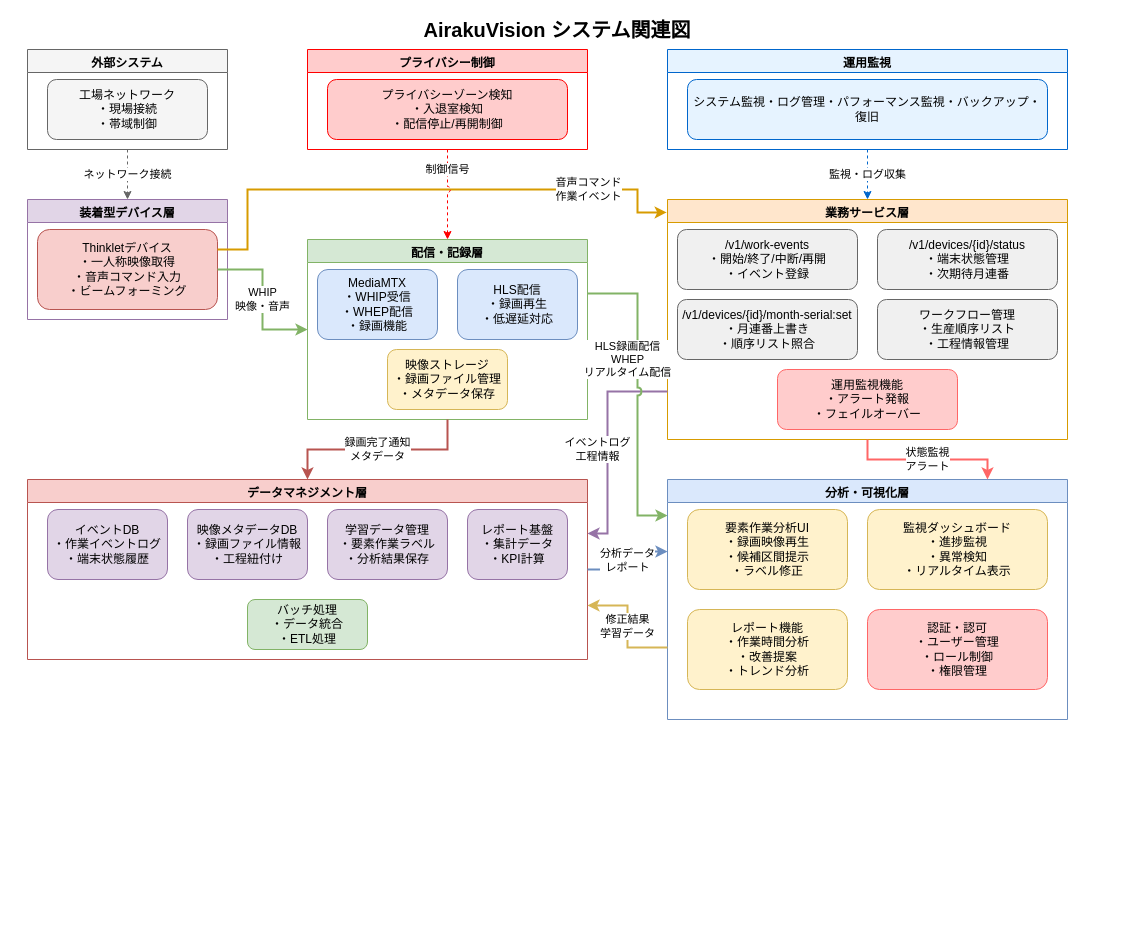
Before: docs/03000_設計書/03000_システム基本設計/システム基本設計システム関連図.drawio in daichiTAAA/AirakuVision, a draw.io diagram. Source tidied: cells renumbered, new cells numbered last; positions are measured from the earlier drawing's top-left corner, leaving out a move shared by most shapes. Both pictures are drawn from the tidied source at 100%, with x=0, y=0 at pixel (27, 19).
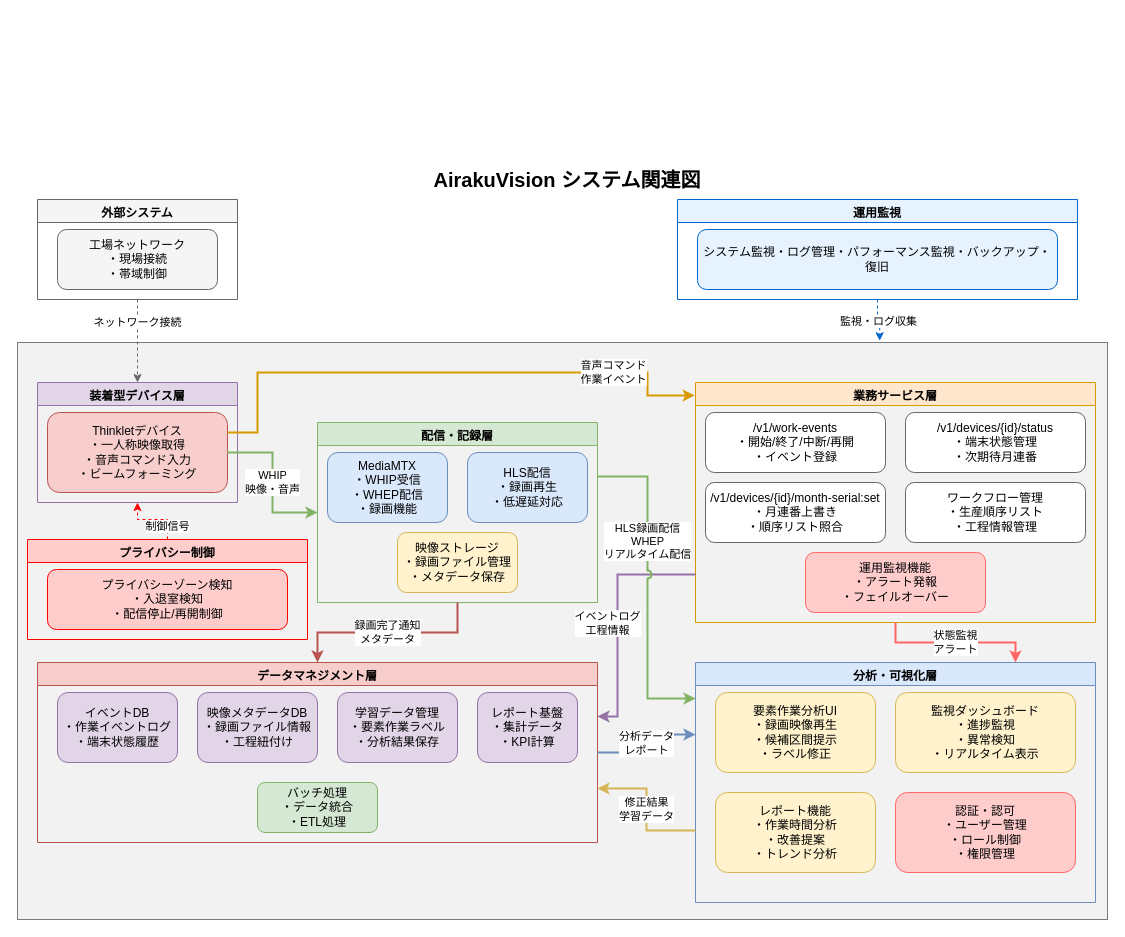
The same diagram, later.

Unchanged cells that the change refers to:
```xml
<mxCell id="3" value="Thinkletデバイス&#10;・一人称映像取得&#10;・音声コマンド入力&#10;・ビームフォーミング" style="rounded=1;whiteSpace=wrap;html=1;fillColor=#f8cecc;strokeColor=#b85450;" parent="2" vertex="1">
  <mxGeometry x="10" y="30" width="180" height="80" as="geometry" />
</mxCell>
```

What changed in the source:
```diff
@@
+    <mxCell id="43" style="whiteSpace=wrap;html=1;fillColor=#E6E6E6;fontColor=#333333;strokeColor=#000000;opacity=50;" parent="1" vertex="1">
+      <mxGeometry x="-10" y="323" width="1090" height="577" as="geometry" />
+    </mxCell>
     <mxCell id="2" value="装着型デバイス層" style="swimlane;fontStyle=1;align=center;verticalAlign=top;whiteSpace=wrap;html=1;fillColor=#e1d5e7;strokeColor=#9673a6;" parent="1" vertex="1">
-      <mxGeometry y="180" width="200" height="120" as="geometry" />
+      <mxGeometry x="10" y="363" width="200" height="120" as="geometry" />
     </mxCell>
@@
     <mxCell id="4" value="配信・記録層" style="swimlane;fontStyle=1;align=center;verticalAlign=top;whiteSpace=wrap;html=1;fillColor=#d5e8d4;strokeColor=#82b366;" parent="1" vertex="1">
-      <mxGeometry x="280" y="220" width="280" height="180" as="geometry" />
+      <mxGeometry x="290" y="403" width="280" height="180" as="geometry" />
     </mxCell>
@@
     <mxCell id="8" value="業務サービス層" style="swimlane;fontStyle=1;align=center;verticalAlign=top;whiteSpace=wrap;html=1;fillColor=#ffe6cc;strokeColor=#d79b00;" parent="1" vertex="1">
-      <mxGeometry x="640" y="180" width="400" height="240" as="geometry" />
+      <mxGeometry x="668" y="363" width="400" height="240" as="geometry" />
     </mxCell>
-    <mxCell id="9" value="/v1/work-events&#10;・開始/終了/中断/再開&#10;・イベント登録" style="rounded=1;whiteSpace=wrap;html=1;fillColor=#f0f0f0;strokeColor=#666666;" parent="8" vertex="1">
+    <mxCell id="9" value="/v1/work-events&#10;・開始/終了/中断/再開&#10;・イベント登録" style="rounded=1;whiteSpace=wrap;html=1;fillColor=#FFFFFF;strokeColor=#666666;" parent="8" vertex="1">
       <mxGeometry x="10" y="30" width="180" height="60" as="geometry" />
     </mxCell>
-    <mxCell id="10" value="/v1/devices/{id}/status&#10;・端末状態管理&#10;・次期待月連番" style="rounded=1;whiteSpace=wrap;html=1;fillColor=#f0f0f0;strokeColor=#666666;" parent="8" vertex="1">
+    <mxCell id="10" value="/v1/devices/{id}/status&#10;・端末状態管理&#10;・次期待月連番" style="rounded=1;whiteSpace=wrap;html=1;fillColor=#FFFFFF;strokeColor=#666666;" parent="8" vertex="1">
       <mxGeometry x="210" y="30" width="180" height="60" as="geometry" />
     </mxCell>
-    <mxCell id="11" value="/v1/devices/{id}/month-serial:set&#10;・月連番上書き&#10;・順序リスト照合" style="rounded=1;whiteSpace=wrap;html=1;fillColor=#f0f0f0;strokeColor=#666666;" parent="8" vertex="1">
+    <mxCell id="11" value="/v1/devices/{id}/month-serial:set&#10;・月連番上書き&#10;・順序リスト照合" style="rounded=1;whiteSpace=wrap;html=1;fillColor=#FFFFFF;strokeColor=#666666;" parent="8" vertex="1">
       <mxGeometry x="10" y="100" width="180" height="60" as="geometry" />
     </mxCell>
-    <mxCell id="12" value="ワークフロー管理&#10;・生産順序リスト&#10;・工程情報管理" style="rounded=1;whiteSpace=wrap;html=1;fillColor=#f0f0f0;strokeColor=#666666;" parent="8" vertex="1">
+    <mxCell id="12" value="ワークフロー管理&#10;・生産順序リスト&#10;・工程情報管理" style="rounded=1;whiteSpace=wrap;html=1;fillColor=#FFFFFF;strokeColor=#666666;" parent="8" vertex="1">
       <mxGeometry x="210" y="100" width="180" height="60" as="geometry" />
     </mxCell>
@@
     <mxCell id="14" value="データマネジメント層" style="swimlane;fontStyle=1;align=center;verticalAlign=top;whiteSpace=wrap;html=1;fillColor=#f8cecc;strokeColor=#b85450;" parent="1" vertex="1">
-      <mxGeometry y="460" width="560" height="180" as="geometry" />
+      <mxGeometry x="10" y="643" width="560" height="180" as="geometry" />
     </mxCell>
@@
     <mxCell id="20" value="分析・可視化層" style="swimlane;fontStyle=1;align=center;verticalAlign=top;whiteSpace=wrap;html=1;fillColor=#dae8fc;strokeColor=#6c8ebf;" parent="1" vertex="1">
-      <mxGeometry x="640" y="460" width="400" height="240" as="geometry" />
+      <mxGeometry x="668" y="643" width="400" height="240" as="geometry" />
     </mxCell>
@@
     <mxCell id="25" value="外部システム" style="swimlane;fontStyle=1;align=center;verticalAlign=top;whiteSpace=wrap;html=1;fillColor=#f5f5f5;strokeColor=#666666;" parent="1" vertex="1">
-      <mxGeometry y="30" width="200" height="100" as="geometry" />
+      <mxGeometry x="10" y="180" width="200" height="100" as="geometry" />
     </mxCell>
@@
     <mxCell id="27" value="プライバシー制御" style="swimlane;fontStyle=1;align=center;verticalAlign=top;whiteSpace=wrap;html=1;fillColor=#ffcccc;strokeColor=#ff0000;" parent="1" vertex="1">
-      <mxGeometry x="280" y="30" width="280" height="100" as="geometry" />
+      <mxGeometry y="520" width="280" height="100" as="geometry" />
     </mxCell>
@@
     <mxCell id="29" value="運用監視" style="swimlane;fontStyle=1;align=center;verticalAlign=top;whiteSpace=wrap;html=1;fillColor=#e6f3ff;strokeColor=#0066cc;" parent="1" vertex="1">
-      <mxGeometry x="640" y="30" width="400" height="100" as="geometry" />
+      <mxGeometry x="650" y="180" width="400" height="100" as="geometry" />
     </mxCell>
@@
     <mxCell id="32" value="音声コマンド&#10;作業イベント" style="edgeStyle=orthogonalEdgeStyle;rounded=0;jettySize=auto;html=1;strokeWidth=2;strokeColor=#d79b00;jumpStyle=arc;exitX=1;exitY=0.25;exitDx=0;exitDy=0;entryX=-0.002;entryY=0.054;entryDx=0;entryDy=0;entryPerimeter=0;" parent="1" edge="1" source="3" target="8">
       <mxGeometry x="0.62" relative="1" as="geometry">
         <Array as="points">
-          <mxPoint x="220" y="230" />
-          <mxPoint x="220" y="170" />
-          <mxPoint x="610" y="170" />
-          <mxPoint x="610" y="193" />
+          <mxPoint x="230" y="413" />
+          <mxPoint x="230" y="353" />
+          <mxPoint x="620" y="353" />
+          <mxPoint x="620" y="376" />
         </Array>
       </mxGeometry>
     </mxCell>
@@
     <mxCell id="34" value="イベントログ&#10;工程情報" style="edgeStyle=orthogonalEdgeStyle;rounded=0;jettySize=auto;html=1;strokeWidth=2;strokeColor=#9673a6;jumpStyle=arc;exitX=0;exitY=0.8;exitDx=0;exitDy=0;entryX=1;entryY=0.3;entryDx=0;entryDy=0;" parent="1" edge="1" source="8" target="14">
       <mxGeometry x="0.06" y="-10" relative="1" as="geometry">
         <Array as="points">
-          <mxPoint x="580" y="372" />
-          <mxPoint x="580" y="514" />
+          <mxPoint x="590" y="555" />
+          <mxPoint x="590" y="697" />
         </Array>
       </mxGeometry>
     </mxCell>
@@
     <mxCell id="37" value="HLS録画配信&lt;div&gt;WHEP&lt;br&gt;リアルタイム配信&lt;/div&gt;" style="edgeStyle=orthogonalEdgeStyle;rounded=0;jettySize=auto;html=1;strokeWidth=2;strokeColor=#82b366;jumpStyle=arc;exitX=1;exitY=0.3;exitDx=0;exitDy=0;entryX=0;entryY=0.15;entryDx=0;entryDy=0;" parent="1" edge="1" source="4" target="20">
-      <mxGeometry x="-0.23" y="-10" relative="1" as="geometry">
+      <mxGeometry x="-0.29" relative="1" as="geometry">
         <Array as="points">
-          <mxPoint x="610" y="274" />
-          <mxPoint x="610" y="496" />
+          <mxPoint x="620" y="457" />
+          <mxPoint x="620" y="679" />
         </Array>
+        <mxPoint y="1" as="offset" />
       </mxGeometry>
     </mxCell>
@@
-    <mxCell id="39" value="制御信号" style="edgeStyle=orthogonalEdgeStyle;rounded=0;jettySize=auto;html=1;strokeWidth=1;strokeColor=#ff0000;dashed=1;jumpStyle=arc;exitX=0.5;exitY=1;exitDx=0;exitDy=0;entryX=0.5;entryY=0;entryDx=0;entryDy=0;" parent="1" edge="1" source="27" target="4">
-      <mxGeometry x="-0.56" relative="1" as="geometry">
+    <mxCell id="39" value="制御信号" style="edgeStyle=orthogonalEdgeStyle;rounded=0;jettySize=auto;html=1;strokeWidth=1;strokeColor=#ff0000;dashed=1;jumpStyle=arc;exitX=0.5;exitY=0;exitDx=0;exitDy=0;entryX=0.5;entryY=1;entryDx=0;entryDy=0;" parent="1" edge="1" source="27" target="2">
+      <mxGeometry x="-0.6" relative="1" as="geometry">
         <Array as="points">
-          <mxPoint x="420" y="160" />
-          <mxPoint x="420" y="160" />
+          <mxPoint x="140" y="500" />
+          <mxPoint x="110" y="500" />
         </Array>
       </mxGeometry>
     </mxCell>
     <mxCell id="40" value="ネットワーク接続" style="edgeStyle=orthogonalEdgeStyle;rounded=0;jettySize=auto;html=1;strokeWidth=1;strokeColor=#666666;dashed=1;jumpStyle=arc;exitX=0.5;exitY=1;exitDx=0;exitDy=0;entryX=0.5;entryY=0;entryDx=0;entryDy=0;" parent="1" edge="1" source="25" target="2">
-      <mxGeometry relative="1" as="geometry" />
+      <mxGeometry x="-0.45" relative="1" as="geometry" />
     </mxCell>
-    <mxCell id="41" value="監視・ログ収集" style="edgeStyle=orthogonalEdgeStyle;rounded=0;jettySize=auto;html=1;strokeWidth=1;strokeColor=#0066cc;dashed=1;jumpStyle=arc;exitX=0.5;exitY=1;exitDx=0;exitDy=0;entryX=0.5;entryY=0;entryDx=0;entryDy=0;" parent="1" edge="1" source="29" target="8">
-      <mxGeometry relative="1" as="geometry">
-        <Array as="points">
-          <mxPoint x="840" y="140" />
-          <mxPoint x="840" y="140" />
-        </Array>
-      </mxGeometry>
+    <mxCell id="41" value="監視・ログ収集" style="edgeStyle=orthogonalEdgeStyle;rounded=0;jettySize=auto;html=1;strokeWidth=1;strokeColor=#0066cc;dashed=1;jumpStyle=arc;exitX=0.5;exitY=1;exitDx=0;exitDy=0;entryX=0.791;entryY=-0.003;entryDx=0;entryDy=0;entryPerimeter=0;" parent="1" edge="1" source="29" target="43">
+      <mxGeometry relative="1" as="geometry" />
     </mxCell>
     <mxCell id="42" value="AirakuVision システム関連図" style="text;html=1;strokeColor=none;fillColor=none;align=center;verticalAlign=middle;whiteSpace=wrap;rounded=0;fontSize=20;fontStyle=1;" parent="1" vertex="1">
-      <mxGeometry x="390" width="280" height="20" as="geometry" />
+      <mxGeometry x="400" y="150" width="280" height="20" as="geometry" />
     </mxCell>
```
